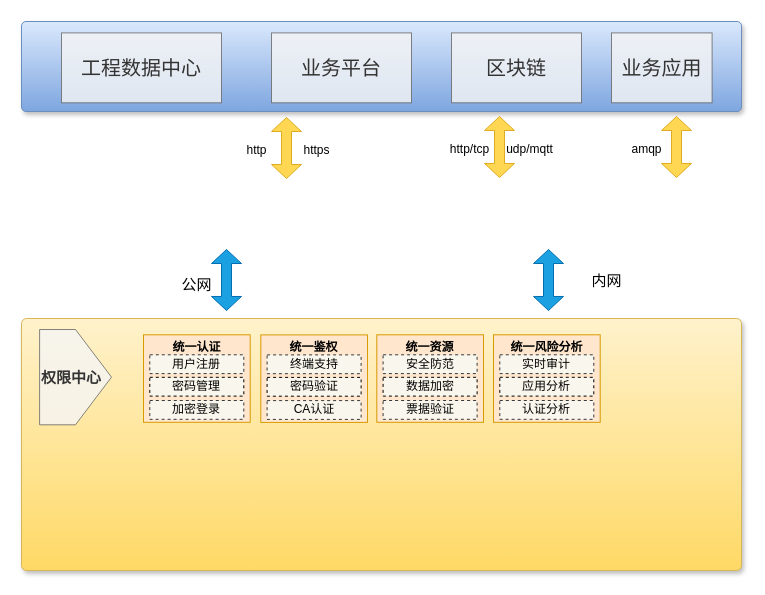
Before: 东庄信息化项目-统一权限管理1.drawio in sun-beijixing/drawio, a draw.io diagram. Source tidied: cells renumbered, new cells numbered last; positions are measured from the earlier drawing's top-left corner, leaving out a move shared by most shapes. Both pictures are drawn from the tidied source at 100%, with x=0, y=0 at pixel (21, 21).
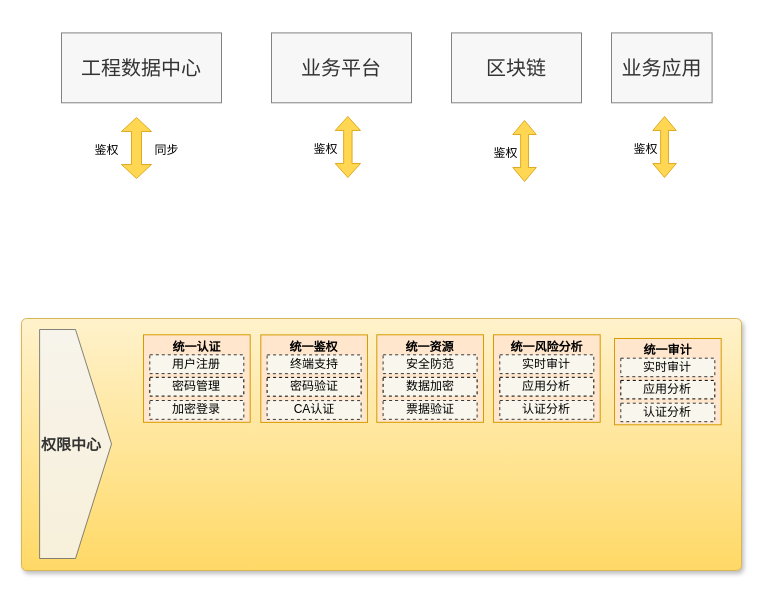
Above is the later version.

Commit message (it also covers changes not shown here):
更新东庄信息化项目-统一权限管理1.drawio

Unchanged cells that the change refers to:
```xml
<mxCell id="7" style="text;html=1;strokeColor=#d6b656;fillColor=#fff2cc;align=center;verticalAlign=middle;whiteSpace=wrap;fontSize=54;fontStyle=1;shadow=1;rounded=1;glass=0;sketch=0;arcSize=2;gradientColor=#ffd966;" parent="1" vertex="1">
  <mxGeometry y="297" width="720" height="252" as="geometry" />
</mxCell>
```

Change to the diagram source:
```diff
@@
-    <mxCell id="2" style="text;html=1;strokeColor=#6c8ebf;fillColor=#dae8fc;align=center;verticalAlign=middle;whiteSpace=wrap;fontSize=54;fontStyle=1;shadow=1;rounded=1;glass=0;sketch=0;arcSize=5;gradientColor=#7ea6e0;" parent="1" vertex="1">
-      <mxGeometry width="720" height="90" as="geometry" />
-    </mxCell>
-    <mxCell id="3" value="业务平台" style="rounded=0;whiteSpace=wrap;html=1;shadow=0;glass=0;sketch=0;fontSize=20;fillColor=#f5f5f5;fontColor=#333333;strokeColor=#666666;opacity=80;" parent="2" vertex="1">
-      <mxGeometry x="250" y="11.4" width="140" height="69.9" as="geometry" />
-    </mxCell>
-    <mxCell id="4" value="区块链" style="rounded=0;whiteSpace=wrap;html=1;shadow=0;glass=0;sketch=0;fontSize=20;fillColor=#f5f5f5;fontColor=#333333;strokeColor=#666666;opacity=80;" parent="2" vertex="1">
-      <mxGeometry x="430" y="11.4" width="130" height="69.9" as="geometry" />
-    </mxCell>
-    <mxCell id="5" value="工程数据中心" style="rounded=0;whiteSpace=wrap;html=1;shadow=0;glass=0;sketch=0;fontSize=20;fillColor=#f5f5f5;fontColor=#333333;strokeColor=#666666;opacity=80;" parent="2" vertex="1">
-      <mxGeometry x="40" y="11.4" width="160" height="69.9" as="geometry" />
-    </mxCell>
-    <mxCell id="6" value="业务应用" style="rounded=0;whiteSpace=wrap;html=1;shadow=0;glass=0;sketch=0;fontSize=20;fillColor=#f5f5f5;fontColor=#333333;strokeColor=#666666;opacity=80;" parent="2" vertex="1">
-      <mxGeometry x="590" y="11.4" width="100.6" height="69.9" as="geometry" />
-    </mxCell>
@@
     <mxCell id="8" value="&lt;div style=&quot;&quot;&gt;&lt;span style=&quot;font-size: 15px;&quot;&gt;&lt;b&gt;权限中心&lt;/b&gt;&lt;/span&gt;&lt;/div&gt;" style="html=1;shadow=0;dashed=0;align=left;verticalAlign=middle;shape=mxgraph.arrows2.arrow;dy=0;dx=36;notch=0;rounded=0;glass=0;sketch=0;fontSize=18;fillColor=#f5f5f5;fontColor=#333333;strokeColor=#666666;whiteSpace=wrap;opacity=80;" parent="7" vertex="1">
-      <mxGeometry x="18.1" y="11" width="71.9" height="95.3" as="geometry" />
+      <mxGeometry x="18.1" y="11" width="71.9" height="229" as="geometry" />
     </mxCell>
@@
-    <mxCell id="33" style="shape=doubleArrow;direction=south;whiteSpace=wrap;html=1;fontSize=18;arrowWidth=0.3333333333333333;arrowSize=0.23;fillColor=#1ba1e2;fontColor=#ffffff;strokeColor=#006EAF;" parent="1" vertex="1">
-      <mxGeometry x="190" y="228" width="30" height="61" as="geometry" />
-    </mxCell>
-    <mxCell id="34" value="&lt;font style=&quot;font-size: 15px;&quot;&gt;公网&lt;/font&gt;" style="text;html=1;align=center;verticalAlign=middle;strokeColor=none;fillColor=none;fontSize=18;" parent="1" vertex="1">
-      <mxGeometry x="150" y="248" width="50" height="30" as="geometry" />
-    </mxCell>
-    <mxCell id="35" value="&lt;font style=&quot;font-size: 15px;&quot;&gt;内网&lt;/font&gt;" style="text;html=1;align=center;verticalAlign=middle;strokeColor=none;fillColor=none;fontSize=18;" parent="1" vertex="1">
-      <mxGeometry x="560" y="243.5" width="50" height="30" as="geometry" />
-    </mxCell>
-    <mxCell id="36" style="shape=doubleArrow;direction=south;whiteSpace=wrap;html=1;fontSize=18;arrowWidth=0.3333333333333333;arrowSize=0.23;fillColor=#1ba1e2;fontColor=#ffffff;strokeColor=#006EAF;" parent="1" vertex="1">
-      <mxGeometry x="512" y="228" width="30" height="61" as="geometry" />
-    </mxCell>
+    <mxCell id="48" style="group;" parent="7" vertex="1">
+      <mxGeometry x="593" y="20" width="106.7" height="86.3" as="geometry" />
+    </mxCell>
+    <mxCell id="49" style="rounded=0;whiteSpace=wrap;html=1;shadow=0;glass=0;sketch=0;fillColor=#ffe6cc;strokeColor=#d79b00;" parent="48" vertex="1">
+      <mxGeometry width="106.7" height="86.3" as="geometry" />
+    </mxCell>
+    <mxCell id="50" value="&lt;font style=&quot;font-size: 12px;&quot;&gt;&lt;b&gt;统一审计&lt;/b&gt;&lt;/font&gt;" style="text;html=1;strokeColor=none;fillColor=none;align=center;verticalAlign=middle;whiteSpace=wrap;rounded=0;shadow=1;fontSize=16;" parent="48" vertex="1">
+      <mxGeometry x="13.8" y="1.2" width="79" height="18.5" as="geometry" />
+    </mxCell>
+    <mxCell id="51" value="实时审计" style="rounded=0;whiteSpace=wrap;html=1;shadow=0;fontSize=12;fillColor=#f9f7ed;strokeColor=#36393d;dashed=1;" parent="48" vertex="1">
+      <mxGeometry x="6.3" y="19.7" width="94" height="18.5" as="geometry" />
+    </mxCell>
+    <mxCell id="52" value="应用分析" style="rounded=0;whiteSpace=wrap;html=1;shadow=0;fontSize=12;fillColor=#f9f7ed;strokeColor=default;dashed=1;" parent="48" vertex="1">
+      <mxGeometry x="6.3" y="41.9" width="94" height="18.5" as="geometry" />
+    </mxCell>
+    <mxCell id="53" value="认证分析" style="rounded=0;whiteSpace=wrap;html=1;shadow=0;fontSize=12;fillColor=#f9f7ed;strokeColor=#36393d;dashed=1;" parent="48" vertex="1">
+      <mxGeometry x="6.3" y="64.7" width="94" height="18.5" as="geometry" />
+    </mxCell>
     <mxCell id="37" style="group;" parent="1" vertex="1">
-      <mxGeometry x="210" y="96" width="110" height="61" as="geometry" />
+      <mxGeometry x="60" y="96" width="110" height="61" as="geometry" />
     </mxCell>
@@
-    <mxCell id="39" value="&lt;font style=&quot;font-size: 12px;&quot;&gt;http&lt;/font&gt;" style="text;html=1;align=center;verticalAlign=middle;strokeColor=none;fillColor=none;fontSize=18;" parent="37" vertex="1">
+    <mxCell id="39" value="&lt;font style=&quot;font-size: 12px;&quot;&gt;鉴权&lt;/font&gt;" style="text;html=1;align=center;verticalAlign=middle;strokeColor=none;fillColor=none;fontSize=18;" parent="37" vertex="1">
       <mxGeometry x="5" y="15.5" width="40" height="30" as="geometry" />
     </mxCell>
-    <mxCell id="40" value="&lt;font style=&quot;font-size: 12px;&quot;&gt;https&lt;/font&gt;" style="text;html=1;align=center;verticalAlign=middle;strokeColor=none;fillColor=none;fontSize=18;" parent="37" vertex="1">
+    <mxCell id="40" value="&lt;font style=&quot;font-size: 12px;&quot;&gt;同步&lt;/font&gt;" style="text;html=1;align=center;verticalAlign=middle;strokeColor=none;fillColor=none;fontSize=18;" parent="37" vertex="1">
       <mxGeometry x="65" y="15.5" width="40" height="30" as="geometry" />
     </mxCell>
     <mxCell id="41" style="group;" parent="1" vertex="1">
-      <mxGeometry x="423" y="95" width="115" height="61" as="geometry" />
+      <mxGeometry x="280" y="95" width="97" height="61" as="geometry" />
     </mxCell>
     <mxCell id="42" style="shape=doubleArrow;direction=south;whiteSpace=wrap;html=1;fontSize=18;arrowWidth=0.3333333333333333;arrowSize=0.23;fillColor=#ffcd28;strokeColor=#d79b00;gradientColor=none;opacity=80;" parent="41" vertex="1">
-      <mxGeometry x="40" width="30" height="61" as="geometry" />
+      <mxGeometry x="33.7" width="25.3" height="61" as="geometry" />
     </mxCell>
-    <mxCell id="43" value="&lt;font style=&quot;font-size: 12px;&quot;&gt;http/tcp&lt;/font&gt;" style="text;html=1;align=center;verticalAlign=middle;strokeColor=none;fillColor=none;fontSize=18;" parent="41" vertex="1">
-      <mxGeometry y="15.5" width="50" height="30" as="geometry" />
+    <mxCell id="43" value="&lt;font style=&quot;font-size: 12px;&quot;&gt;鉴权&lt;/font&gt;" style="text;html=1;align=center;verticalAlign=middle;strokeColor=none;fillColor=none;fontSize=18;" parent="41" vertex="1">
+      <mxGeometry x="4.2" y="15.5" width="40" height="30" as="geometry" />
     </mxCell>
-    <mxCell id="44" value="&lt;font style=&quot;font-size: 12px;&quot;&gt;udp/mqtt&lt;/font&gt;" style="text;html=1;align=center;verticalAlign=middle;strokeColor=none;fillColor=none;fontSize=18;" parent="41" vertex="1">
-      <mxGeometry x="55" y="15.5" width="60" height="30" as="geometry" />
-    </mxCell>
     <mxCell id="45" style="group;" parent="1" vertex="1">
-      <mxGeometry x="600" y="95" width="115" height="61" as="geometry" />
+      <mxGeometry x="600" y="95" width="90" height="61" as="geometry" />
     </mxCell>
     <mxCell id="46" style="shape=doubleArrow;direction=south;whiteSpace=wrap;html=1;fontSize=18;arrowWidth=0.3333333333333333;arrowSize=0.23;fillColor=#ffcd28;strokeColor=#d79b00;gradientColor=none;opacity=80;" parent="45" vertex="1">
-      <mxGeometry x="40" width="30" height="61" as="geometry" />
+      <mxGeometry x="31.3" width="23.5" height="61" as="geometry" />
     </mxCell>
-    <mxCell id="47" value="&lt;font style=&quot;font-size: 12px;&quot;&gt;amqp&lt;/font&gt;" style="text;html=1;align=center;verticalAlign=middle;strokeColor=none;fillColor=none;fontSize=18;" parent="45" vertex="1">
-      <mxGeometry y="15.5" width="50" height="30" as="geometry" />
+    <mxCell id="47" value="&lt;font style=&quot;font-size: 12px;&quot;&gt;鉴权&lt;/font&gt;" style="text;html=1;align=center;verticalAlign=middle;strokeColor=none;fillColor=none;fontSize=18;" parent="45" vertex="1">
+      <mxGeometry x="3.9" y="15.5" width="40" height="30" as="geometry" />
     </mxCell>
+    <mxCell id="3" value="业务平台" style="rounded=0;whiteSpace=wrap;html=1;shadow=0;glass=0;sketch=0;fontSize=20;fillColor=#f5f5f5;fontColor=#333333;strokeColor=#666666;opacity=80;" parent="1" vertex="1">
+      <mxGeometry x="250" y="11.4" width="140" height="69.9" as="geometry" />
+    </mxCell>
+    <mxCell id="4" value="区块链" style="rounded=0;whiteSpace=wrap;html=1;shadow=0;glass=0;sketch=0;fontSize=20;fillColor=#f5f5f5;fontColor=#333333;strokeColor=#666666;opacity=80;" parent="1" vertex="1">
+      <mxGeometry x="430" y="11.4" width="130" height="69.9" as="geometry" />
+    </mxCell>
+    <mxCell id="5" value="工程数据中心" style="rounded=0;whiteSpace=wrap;html=1;shadow=0;glass=0;sketch=0;fontSize=20;fillColor=#f5f5f5;fontColor=#333333;strokeColor=#666666;opacity=80;" parent="1" vertex="1">
+      <mxGeometry x="40" y="11.4" width="160" height="69.9" as="geometry" />
+    </mxCell>
+    <mxCell id="6" value="业务应用" style="rounded=0;whiteSpace=wrap;html=1;shadow=0;glass=0;sketch=0;fontSize=20;fillColor=#f5f5f5;fontColor=#333333;strokeColor=#666666;opacity=80;" parent="1" vertex="1">
+      <mxGeometry x="590" y="11.4" width="100.6" height="69.9" as="geometry" />
+    </mxCell>
+    <mxCell id="54" style="group;" parent="1" vertex="1">
+      <mxGeometry x="460" y="99" width="90" height="61" as="geometry" />
+    </mxCell>
+    <mxCell id="55" style="shape=doubleArrow;direction=south;whiteSpace=wrap;html=1;fontSize=18;arrowWidth=0.3333333333333333;arrowSize=0.23;fillColor=#ffcd28;strokeColor=#d79b00;gradientColor=none;opacity=80;" parent="54" vertex="1">
+      <mxGeometry x="31.3" width="23.5" height="61" as="geometry" />
+    </mxCell>
+    <mxCell id="56" value="&lt;font style=&quot;font-size: 12px;&quot;&gt;鉴权&lt;/font&gt;" style="text;html=1;align=center;verticalAlign=middle;strokeColor=none;fillColor=none;fontSize=18;" parent="54" vertex="1">
+      <mxGeometry x="3.9" y="15.5" width="40" height="30" as="geometry" />
+    </mxCell>
```
